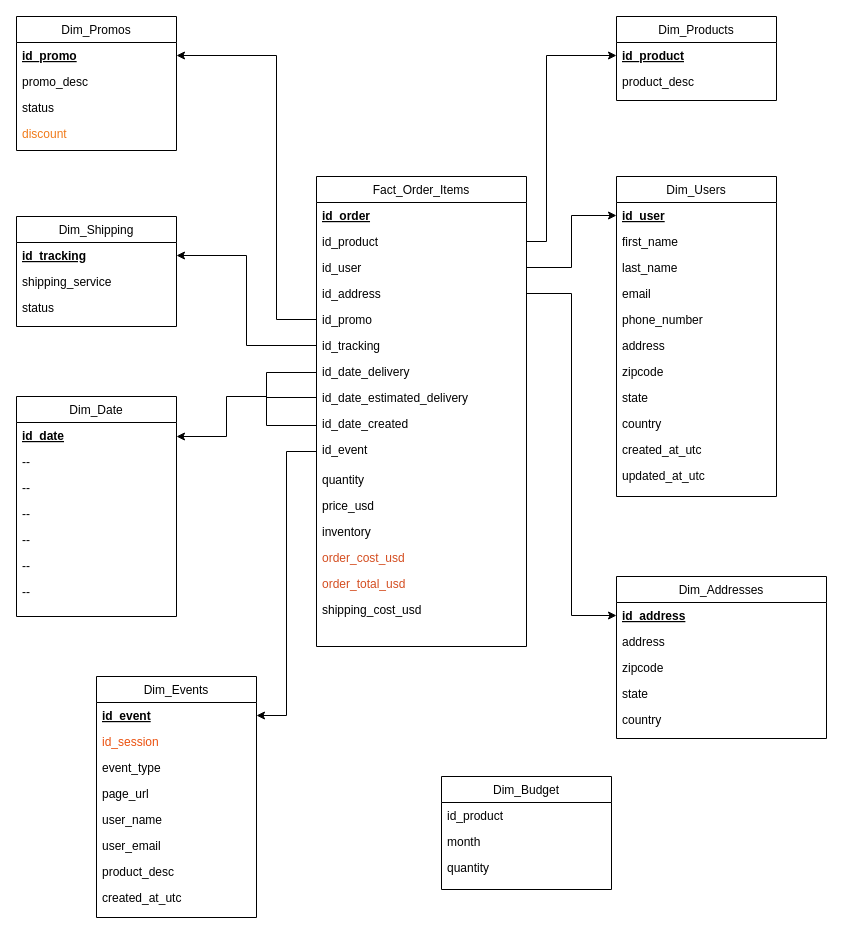
The draw.io diagram Diagrama sin título.drawio in julia030798/curso_data_engineering, before the edit. Source tidied: cells renumbered, new cells numbered last; positions are measured from the earlier drawing's top-left corner, leaving out a move shared by most shapes. Both pictures are drawn from the tidied source at 100%, with x=0, y=0 at pixel (16, 16).
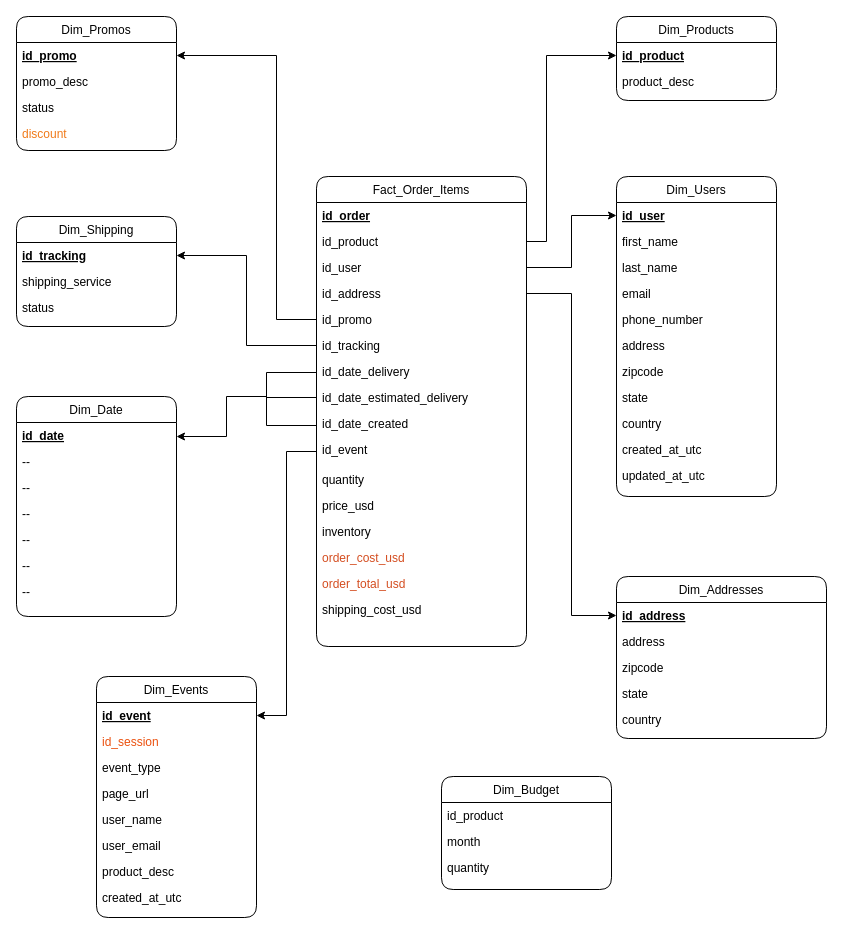
The same diagram, later.

Diff of the diagram source:
```diff
@@
-    <mxCell id="2" value="Dim_Users" style="swimlane;fontStyle=0;align=center;verticalAlign=top;horizontal=1;startSize=26;rounded=0;shadow=0;strokeWidth=1;" parent="1" vertex="1">
+    <mxCell id="2" value="Dim_Users" style="swimlane;fontStyle=0;align=center;verticalAlign=top;horizontal=1;startSize=26;rounded=1;shadow=0;strokeWidth=1;" parent="1" vertex="1">
       <mxGeometry x="600" y="160" width="160" height="320" as="geometry" />
     </mxCell>
@@
-    <mxCell id="14" value="Dim_Promos" style="swimlane;fontStyle=0;align=center;verticalAlign=top;horizontal=1;startSize=26;rounded=0;shadow=0;strokeWidth=1;" parent="1" vertex="1">
+    <mxCell id="14" value="Dim_Promos" style="swimlane;fontStyle=0;align=center;verticalAlign=top;horizontal=1;startSize=26;rounded=1;shadow=0;strokeWidth=1;" parent="1" vertex="1">
       <mxGeometry width="160" height="134" as="geometry" />
     </mxCell>
@@
-    <mxCell id="19" value="Dim_Products" style="swimlane;fontStyle=0;align=center;verticalAlign=top;horizontal=1;startSize=26;rounded=0;shadow=0;strokeWidth=1;" parent="1" vertex="1">
+    <mxCell id="19" value="Dim_Products" style="swimlane;fontStyle=0;align=center;verticalAlign=top;horizontal=1;startSize=26;rounded=1;shadow=0;strokeWidth=1;" parent="1" vertex="1">
       <mxGeometry x="600" width="160" height="84" as="geometry" />
     </mxCell>
@@
-    <mxCell id="22" value="Dim_Shipping" style="swimlane;fontStyle=0;align=center;verticalAlign=top;horizontal=1;startSize=26;rounded=0;shadow=0;strokeWidth=1;" parent="1" vertex="1">
+    <mxCell id="22" value="Dim_Shipping" style="swimlane;fontStyle=0;align=center;verticalAlign=top;horizontal=1;startSize=26;rounded=1;shadow=0;strokeWidth=1;" parent="1" vertex="1">
       <mxGeometry y="200" width="160" height="110" as="geometry" />
     </mxCell>
@@
-    <mxCell id="26" value="Dim_Addresses" style="swimlane;fontStyle=0;align=center;verticalAlign=top;horizontal=1;startSize=26;rounded=0;shadow=0;strokeWidth=1;" parent="1" vertex="1">
+    <mxCell id="26" value="Dim_Addresses" style="swimlane;fontStyle=0;align=center;verticalAlign=top;horizontal=1;startSize=26;rounded=1;shadow=0;strokeWidth=1;" parent="1" vertex="1">
       <mxGeometry x="600" y="560" width="210" height="162" as="geometry" />
     </mxCell>
@@
-    <mxCell id="32" value="Dim_Date" style="swimlane;fontStyle=0;align=center;verticalAlign=top;horizontal=1;startSize=26;rounded=0;shadow=0;strokeWidth=1;" parent="1" vertex="1">
+    <mxCell id="32" value="Dim_Date" style="swimlane;fontStyle=0;align=center;verticalAlign=top;horizontal=1;startSize=26;rounded=1;shadow=0;strokeWidth=1;" parent="1" vertex="1">
       <mxGeometry y="380" width="160" height="220" as="geometry" />
     </mxCell>
@@
-    <mxCell id="40" style="group;" parent="1" vertex="1">
+    <mxCell id="40" style="group;labelBackgroundColor=#1d29d3;" parent="1" vertex="1">
       <mxGeometry x="250" y="160" width="260" height="470" as="geometry" />
     </mxCell>
-    <mxCell id="41" value="Fact_Order_Items" style="swimlane;fontStyle=0;align=center;verticalAlign=top;horizontal=1;startSize=26;rounded=0;shadow=0;strokeWidth=1;" parent="40" vertex="1">
+    <mxCell id="41" value="Fact_Order_Items" style="swimlane;fontStyle=0;align=center;verticalAlign=top;horizontal=1;startSize=26;rounded=1;shadow=0;strokeWidth=1;labelBackgroundColor=none;labelBorderColor=none;" parent="40" vertex="1">
       <mxGeometry x="50" width="210" height="470" as="geometry" />
     </mxCell>
@@
-    <mxCell id="70" value="Dim_Events" style="swimlane;fontStyle=0;align=center;verticalAlign=top;horizontal=1;startSize=26;rounded=0;shadow=0;strokeWidth=1;" parent="1" vertex="1">
+    <mxCell id="70" value="Dim_Events" style="swimlane;fontStyle=0;align=center;verticalAlign=top;horizontal=1;startSize=26;rounded=1;shadow=0;strokeWidth=1;" parent="1" vertex="1">
       <mxGeometry x="80" y="660" width="160" height="241" as="geometry" />
     </mxCell>
@@
-    <mxCell id="80" value="Dim_Budget" style="swimlane;fontStyle=0;align=center;verticalAlign=top;horizontal=1;startSize=26;rounded=0;shadow=0;strokeWidth=1;" parent="1" vertex="1">
+    <mxCell id="80" value="Dim_Budget" style="swimlane;fontStyle=0;align=center;verticalAlign=top;horizontal=1;startSize=26;rounded=1;shadow=0;strokeWidth=1;" parent="1" vertex="1">
       <mxGeometry x="425" y="760" width="170" height="113" as="geometry" />
     </mxCell>
```
